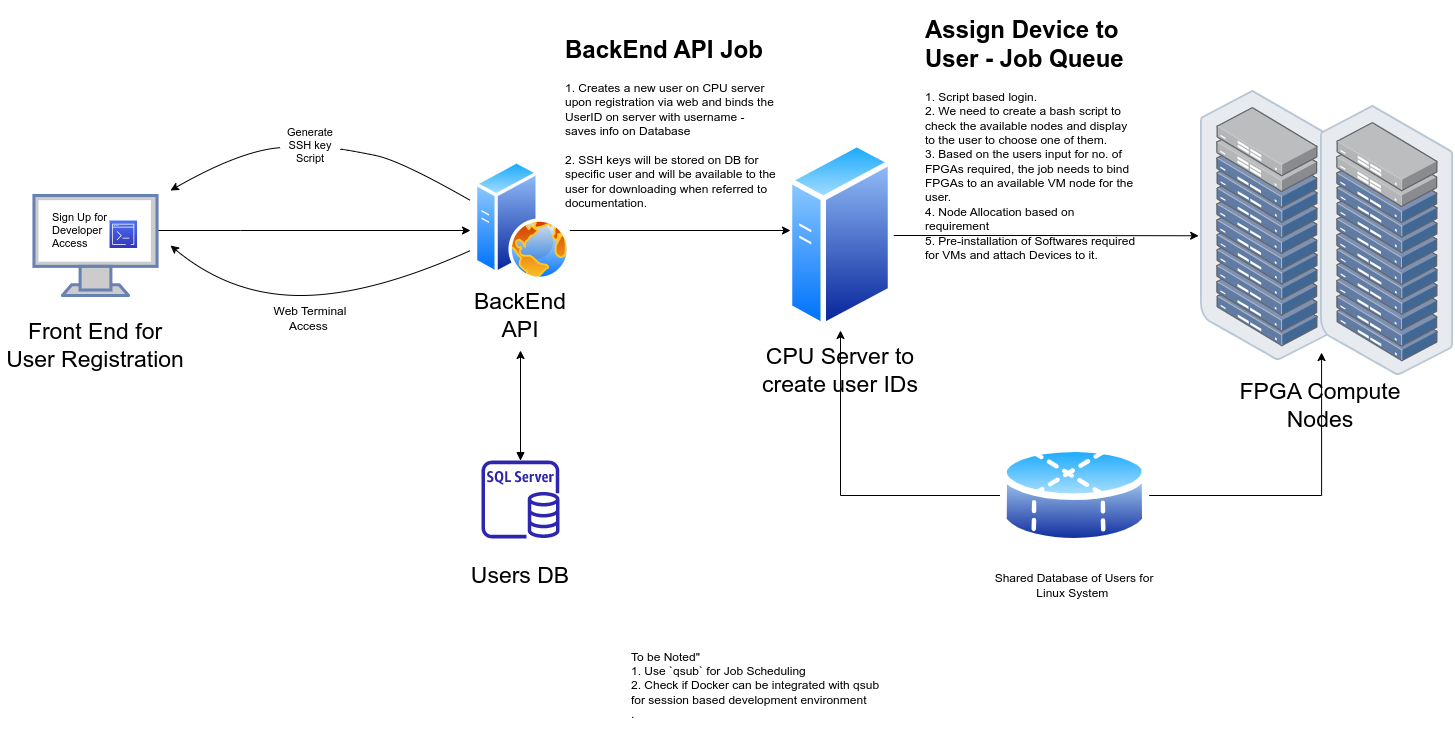
belanasaikiran/FlowCharts keeps this draw.io diagram as Intel DevCloud Flow.drawio.png. Above is the earlier version. Source tidied: cells renumbered, new cells last; positions are measured from the earlier drawing's top-left corner, leaving out a move shared by most shapes.
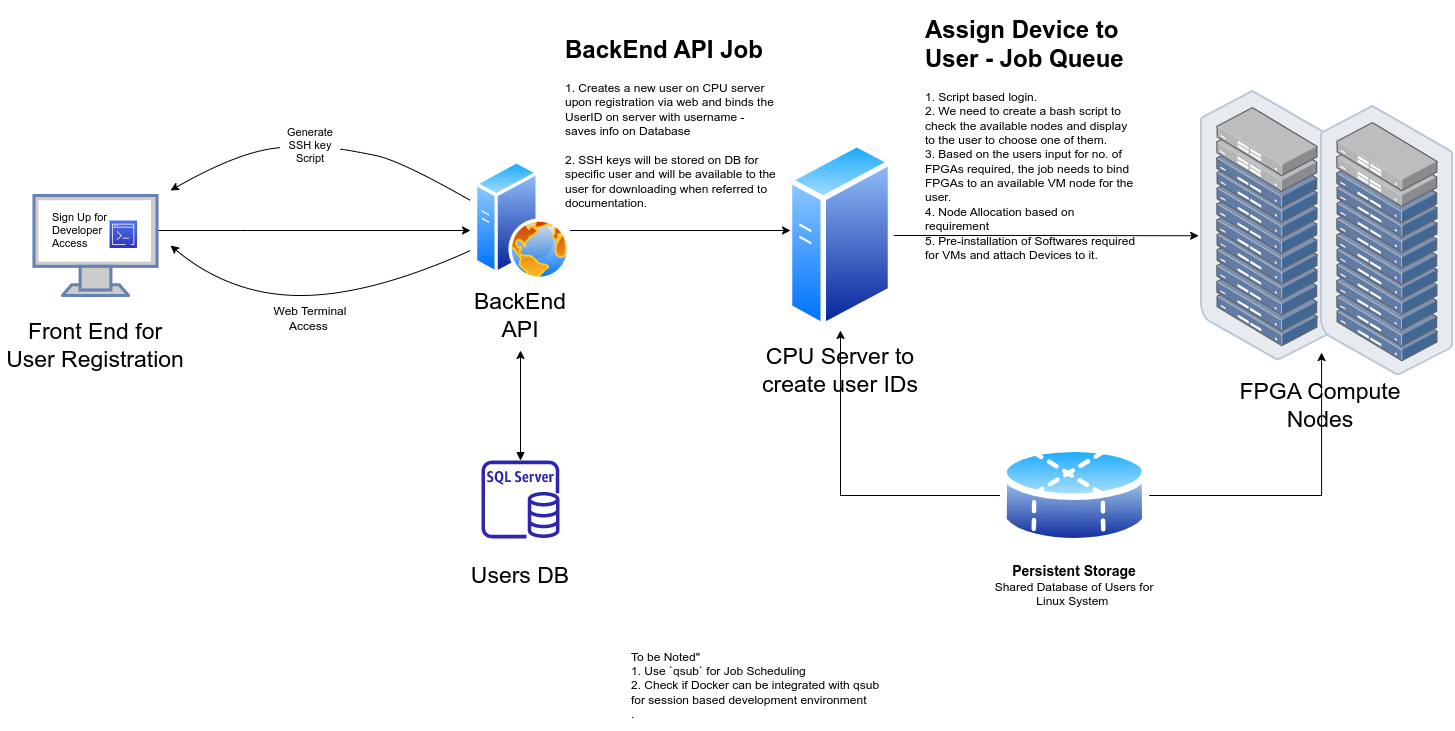
The same file after the commit.

What changed in the source:
```diff
@@ -132,7 +132,7 @@
     <mxCell id="34" style="perimeter=ellipsePerimeter;html=1;align=center;shadow=0;dashed=0;spacingTop=3;image;image=img/lib/active_directory/database_partition_4.svg;" parent="1" vertex="1">
       <mxGeometry x="1000" y="430" width="148.7" height="110" as="geometry" />
     </mxCell>
-    <mxCell id="35" value="Shared Database of Users for Linux System&amp;nbsp;" style="text;html=1;strokeColor=none;fillColor=none;align=center;verticalAlign=middle;whiteSpace=wrap;rounded=0;" parent="1" vertex="1">
+    <mxCell id="35" value="&lt;b&gt;&lt;font style=&quot;font-size: 14px;&quot;&gt;Persistent Storage&lt;/font&gt;&lt;/b&gt;&lt;br&gt;Shared Database of Users for Linux System&amp;nbsp;" style="text;html=1;strokeColor=none;fillColor=none;align=center;verticalAlign=middle;whiteSpace=wrap;rounded=0;" parent="1" vertex="1">
       <mxGeometry x="984.3" y="560" width="180" height="30" as="geometry" />
     </mxCell>
   </root>
```
